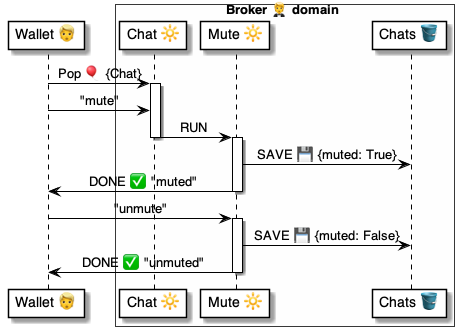
Above: 4 ⚙️ Solution/20 🧑‍🦰 UI/Brokers 🤵/🤵😃 Broker talkers/PopChat 💬 talker/Chat » Mute/🤵 PopChatMute ⚙️ uml.png in pollyweb-org/pollyweb-docs (PlantUML), before the change. Its source is kept beside it as 4 ⚙️ Solution/20 🧑‍🦰 UI/Brokers 🤵/🤵😃 Broker talkers/PopChat 💬 talker/Chat » Mute/🤵 PopChatMute ⚙️ uml.puml. Its diagram source:
```plantuml
@startuml PopChatMute

participant "Wallet 👱" as wallet
box Broker 🤵 domain #FFFFFA
    participant "Chat 🔆" as onChat
    participant "Mute 🔆" as onMute
    participant "Chats 🪣" as chats
end box


wallet -> onChat: Pop 🎈 {Chat}

activate onChat
    wallet -> onChat: "mute"
    onChat -> onMute: RUN
deactivate onChat

activate onMute
    onMute -> chats: SAVE 💾 {muted: True}
    onMute -> wallet: DONE ✅ "muted"
deactivate onMute

wallet -> onMute: "unmute"

activate onMute
    onMute -> chats: SAVE 💾 {muted: False}
    onMute -> wallet: DONE ✅ "unmuted"
deactivate onMute


@enduml
```
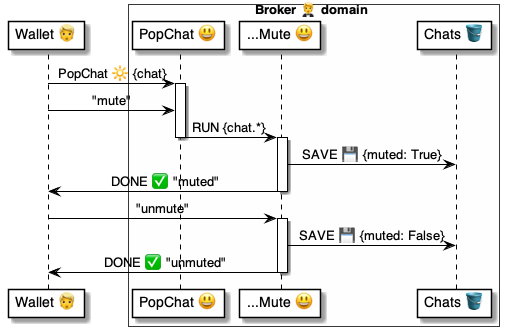
After the commit.

What changed in the source:
```diff
@@ -2,17 +2,17 @@
 
 participant "Wallet 👱" as wallet
 box Broker 🤵 domain #FFFFFA
-    participant "Chat 🔆" as onChat
-    participant "Mute 🔆" as onMute
+    participant "PopChat 😃" as onChat
+    participant "...Mute 😃" as onMute
     participant "Chats 🪣" as chats
 end box
 
 
-wallet -> onChat: Pop 🎈 {Chat}
+wallet -> onChat: PopChat 🔆 {chat}
 
 activate onChat
     wallet -> onChat: "mute"
-    onChat -> onMute: RUN
+    onChat -> onMute: RUN {chat.*}
 deactivate onChat
 
 activate onMute
```
